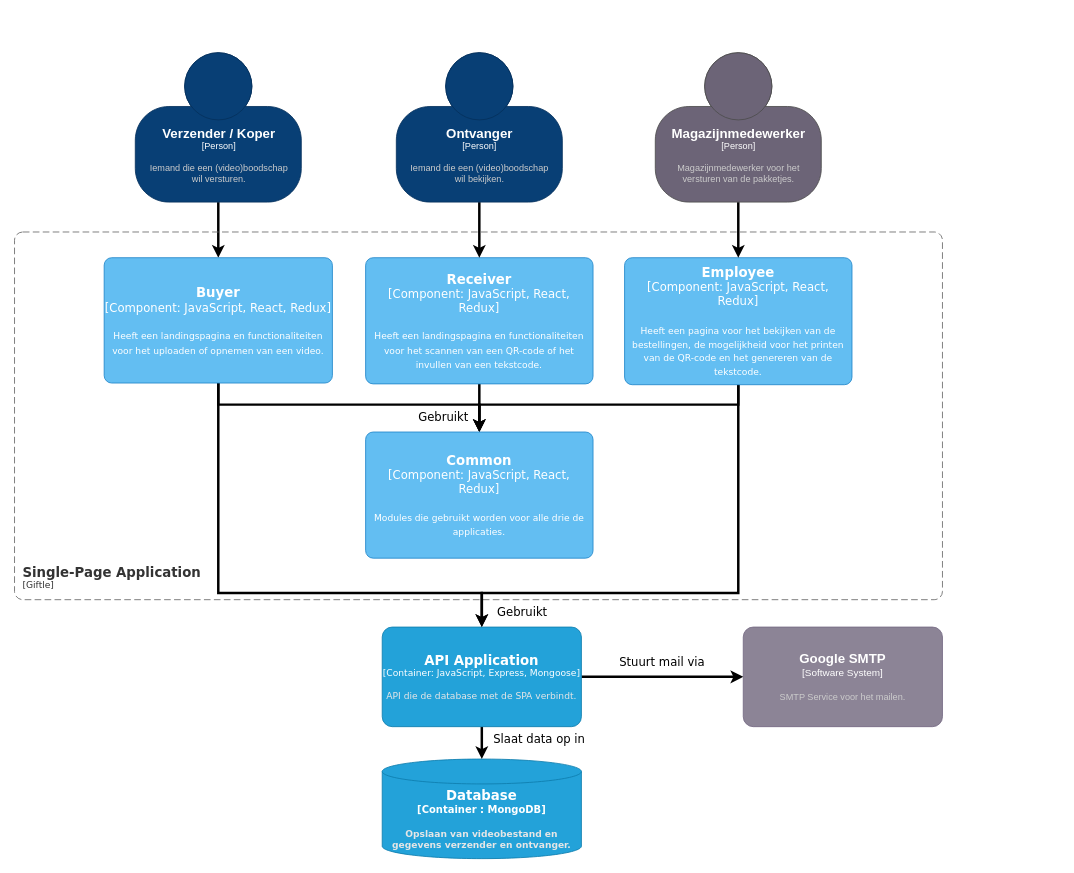
This is koeskoes/3.Sprint2/Documentatie/Software Guidebook/assets/software_architecture/component_diagram.drawio from HANICA-DWA/sep2021-project-koeskoes, a draw.io file, before an edit. Source tidied: cells renumbered, new cells numbered last; positions are measured from the earlier drawing's top-left corner, leaving out a move shared by most shapes. Both pictures are drawn from the tidied source at 83%, with x=0, y=0 at pixel (14, 52).
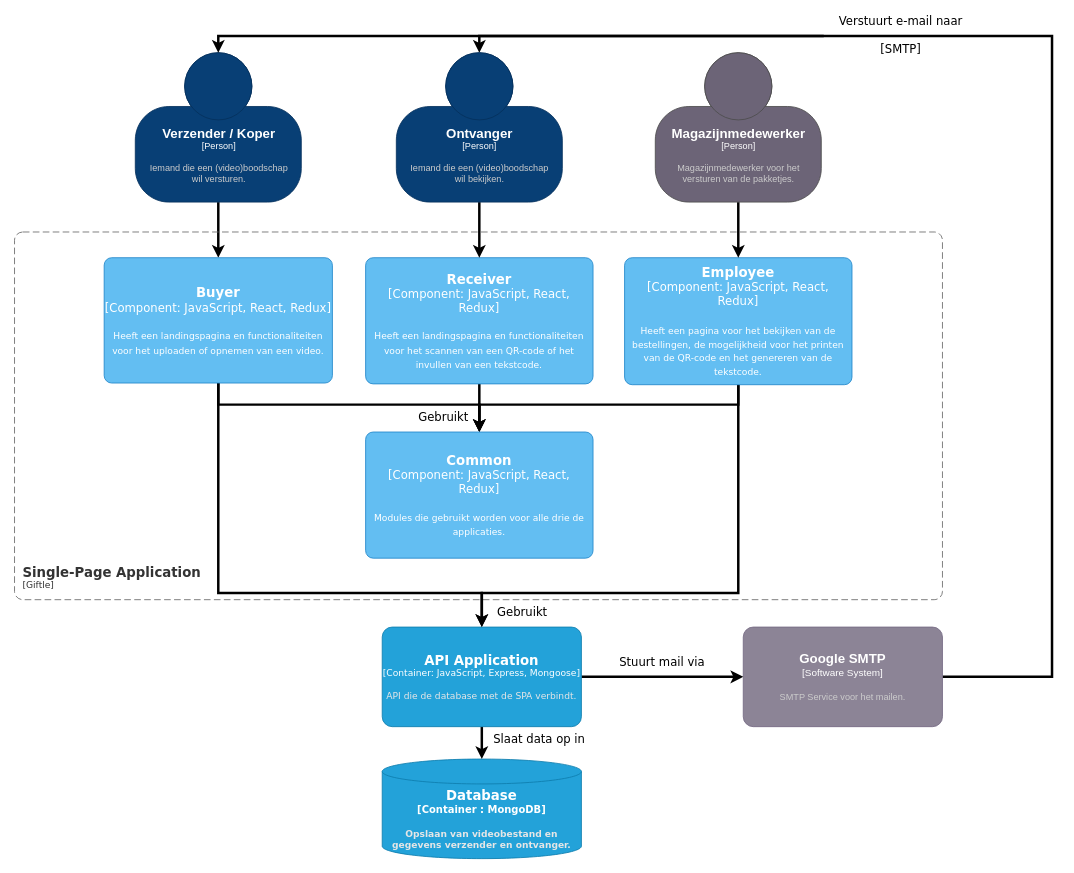
The same page after the edit.

Commit message (it also covers changes not shown here):
Uno aanpassing voor component diagram, namelijk zie description

- SMTP bij de poppetjes gezet, joepie

Unchanged cells that the change refers to:
```xml
<object id="3" label="&lt;font style=&quot;font-size: 16px&quot;&gt;&lt;b&gt;%c4Name%&lt;/b&gt;&lt;/font&gt;&lt;div&gt;[%c4Type%]&lt;/div&gt;&lt;br&gt;&lt;div&gt;&lt;font style=&quot;font-size: 11px&quot;&gt;&lt;font color=&quot;#cccccc&quot;&gt;%c4Description%&lt;/font&gt;&lt;/div&gt;" c4Description="Iemand die een (video)boodschap&#10;wil versturen." c4Name="Verzender / Koper" c4Type="Person" placeholders="1">
  <mxCell style="html=1;fontSize=11;dashed=0;whitespace=wrap;fillColor=#083F75;strokeColor=#06315C;fontColor=#ffffff;shape=mxgraph.c4.person2;align=center;points=[[0.5,0,0],[1,0.5,0],[1,0.75,0],[0.75,1,0],[0.5,1,0],[0.25,1,0],[0,0.75,0],[0,0.5,0]];" parent="1" vertex="1">
    <mxGeometry x="145.5" width="200" height="180" as="geometry" />
  </mxCell>
</object>
<object id="4" label="&lt;font style=&quot;font-size: 16px&quot;&gt;&lt;b&gt;%c4Name%&lt;/b&gt;&lt;/font&gt;&lt;div&gt;[%c4Type%]&lt;/div&gt;&lt;br&gt;&lt;div&gt;&lt;font style=&quot;font-size: 11px&quot;&gt;&lt;font color=&quot;#cccccc&quot;&gt;%c4Description%&lt;/font&gt;&lt;/div&gt;" c4Description="SMTP Service voor het mailen." c4Name="Google SMTP" c4Type="Software System" placeholders="1">
  <mxCell style="rounded=1;whiteSpace=wrap;html=1;labelBackgroundColor=none;fillColor=#8C8496;fontColor=#ffffff;align=center;arcSize=10;strokeColor=#736782;points=[[0.25,0,0],[0.5,0,0],[0.75,0,0],[1,0.25,0],[1,0.5,0],[1,0.75,0],[0.75,1,0],[0.5,1,0],[0.25,1,0],[0,0.75,0],[0,0.5,0],[0,0.25,0]];" parent="1" vertex="1">
    <mxGeometry x="878" y="692" width="240" height="120" as="geometry" />
  </mxCell>
</object>
<object id="24" label="&lt;font style=&quot;font-size: 16px&quot;&gt;&lt;b&gt;%c4Name%&lt;/b&gt;&lt;/font&gt;&lt;div&gt;[%c4Type%]&lt;/div&gt;&lt;br&gt;&lt;div&gt;&lt;font style=&quot;font-size: 11px&quot;&gt;&lt;font color=&quot;#cccccc&quot;&gt;%c4Description%&lt;/font&gt;&lt;/div&gt;" c4Description="Iemand die een (video)boodschap&#10;wil bekijken." c4Name="Ontvanger" c4Type="Person" placeholders="1">
  <mxCell style="html=1;fontSize=11;dashed=0;whitespace=wrap;fillColor=#083F75;strokeColor=#06315C;fontColor=#ffffff;shape=mxgraph.c4.person2;align=center;points=[[0.5,0,0],[1,0.5,0],[1,0.75,0],[0.75,1,0],[0.5,1,0],[0.25,1,0],[0,0.75,0],[0,0.5,0]];" parent="1" vertex="1">
    <mxGeometry x="460" width="200" height="180" as="geometry" />
  </mxCell>
</object>
```

The edit, as a diff of the source:
```diff
@@
+    <mxCell id="27" style="edgeStyle=orthogonalEdgeStyle;rounded=0;jettySize=auto;html=1;entryX=0.5;entryY=0;entryDx=0;entryDy=0;entryPerimeter=0;strokeWidth=3;" parent="1" edge="1" source="4" target="3">
+      <mxGeometry relative="1" as="geometry">
+        <Array as="points">
+          <mxPoint x="1250" y="752" />
+          <mxPoint x="1250" y="-20" />
+          <mxPoint x="246" y="-20" />
+        </Array>
+      </mxGeometry>
+    </mxCell>
+    <mxCell id="28" style="edgeStyle=orthogonalEdgeStyle;rounded=0;jettySize=auto;html=1;entryX=0.5;entryY=0;entryDx=0;entryDy=0;entryPerimeter=0;strokeWidth=3;startArrow=none;" parent="1" edge="1" source="29" target="24">
+      <mxGeometry relative="1" as="geometry">
+        <Array as="points">
+          <mxPoint x="560" y="-20" />
+        </Array>
+      </mxGeometry>
+    </mxCell>
@@
+    <mxCell id="29" value="&lt;font face=&quot;Verdana&quot; style=&quot;font-size: 14px&quot;&gt;Verstuurt e-mail naar&lt;br&gt;&lt;br&gt;[SMTP]&lt;/font&gt;" style="text;html=1;strokeColor=none;fillColor=none;align=center;verticalAlign=middle;whiteSpace=wrap;rounded=0;" parent="1" vertex="1">
+      <mxGeometry x="975" y="-36" width="186" height="30" as="geometry" />
+    </mxCell>
```
